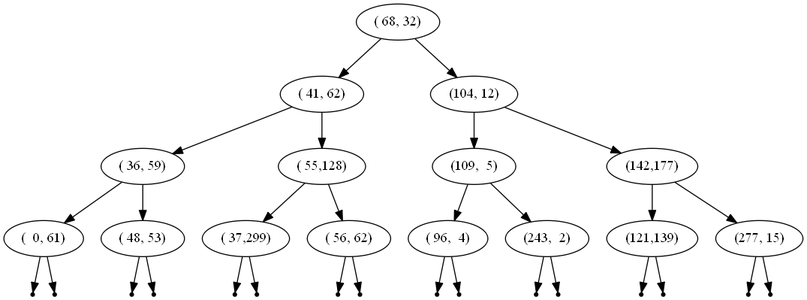
This is Gevorderde algoritmen/Labo/4. 2D-Bomen/2D-Bomen/2dtree.png from Lentosy/Master-Informatica, a Graphviz export, as it was before one commit. Its source is kept beside it as Gevorderde algoritmen/Labo/4. 2D-Bomen/2D-Bomen/2dtree.dot.
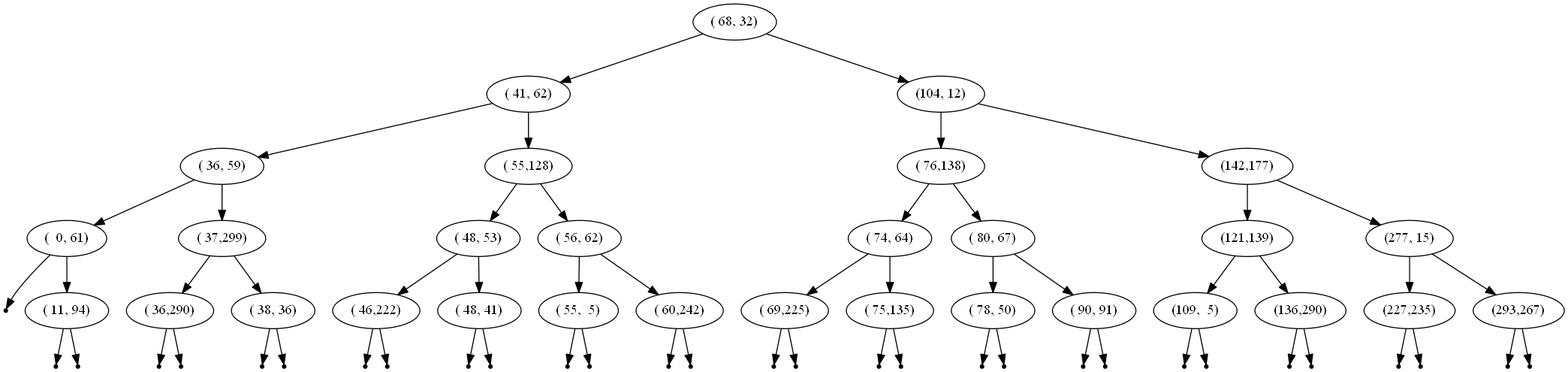
After the change.

Change to the diagram source:
```diff
@@ -4,59 +4,119 @@
 "( 36, 59)"[label="( 36, 59)"];
 "(  0, 61)"[label="(  0, 61)"];
 null1 [shape=point];
+"( 11, 94)"[label="( 11, 94)"];
 null2 [shape=point];
+null3 [shape=point];
+"( 11, 94)" -> null2;
+"( 11, 94)" -> null3;
 "(  0, 61)" -> null1;
-"(  0, 61)" -> null2;
+"(  0, 61)" -> "( 11, 94)";
+"( 37,299)"[label="( 37,299)"];
+"( 36,290)"[label="( 36,290)"];
+null4 [shape=point];
+null5 [shape=point];
+"( 36,290)" -> null4;
+"( 36,290)" -> null5;
+"( 38, 36)"[label="( 38, 36)"];
+null6 [shape=point];
+null7 [shape=point];
+"( 38, 36)" -> null6;
+"( 38, 36)" -> null7;
+"( 37,299)" -> "( 36,290)";
+"( 37,299)" -> "( 38, 36)";
+"( 36, 59)" -> "(  0, 61)";
+"( 36, 59)" -> "( 37,299)";
+"( 55,128)"[label="( 55,128)"];
 "( 48, 53)"[label="( 48, 53)"];
-null3 [shape=point];
-null4 [shape=point];
-"( 48, 53)" -> null3;
-"( 48, 53)" -> null4;
-"( 36, 59)" -> "(  0, 61)";
-"( 36, 59)" -> "( 48, 53)";
-"( 55,128)"[label="( 55,128)"];
-"( 37,299)"[label="( 37,299)"];
-null5 [shape=point];
-null6 [shape=point];
-"( 37,299)" -> null5;
-"( 37,299)" -> null6;
+"( 46,222)"[label="( 46,222)"];
+null8 [shape=point];
+null9 [shape=point];
+"( 46,222)" -> null8;
+"( 46,222)" -> null9;
+"( 48, 41)"[label="( 48, 41)"];
+null10 [shape=point];
+null11 [shape=point];
+"( 48, 41)" -> null10;
+"( 48, 41)" -> null11;
+"( 48, 53)" -> "( 46,222)";
+"( 48, 53)" -> "( 48, 41)";
 "( 56, 62)"[label="( 56, 62)"];
-null7 [shape=point];
-null8 [shape=point];
-"( 56, 62)" -> null7;
-"( 56, 62)" -> null8;
-"( 55,128)" -> "( 37,299)";
+"( 55,  5)"[label="( 55,  5)"];
+null12 [shape=point];
+null13 [shape=point];
+"( 55,  5)" -> null12;
+"( 55,  5)" -> null13;
+"( 60,242)"[label="( 60,242)"];
+null14 [shape=point];
+null15 [shape=point];
+"( 60,242)" -> null14;
+"( 60,242)" -> null15;
+"( 56, 62)" -> "( 55,  5)";
+"( 56, 62)" -> "( 60,242)";
+"( 55,128)" -> "( 48, 53)";
 "( 55,128)" -> "( 56, 62)";
 "( 41, 62)" -> "( 36, 59)";
 "( 41, 62)" -> "( 55,128)";
 "(104, 12)"[label="(104, 12)"];
-"(109,  5)"[label="(109,  5)"];
-"( 96,  4)"[label="( 96,  4)"];
-null9 [shape=point];
-null10 [shape=point];
-"( 96,  4)" -> null9;
-"( 96,  4)" -> null10;
-"(243,  2)"[label="(243,  2)"];
-null11 [shape=point];
-null12 [shape=point];
-"(243,  2)" -> null11;
-"(243,  2)" -> null12;
-"(109,  5)" -> "( 96,  4)";
-"(109,  5)" -> "(243,  2)";
+"( 76,138)"[label="( 76,138)"];
+"( 74, 64)"[label="( 74, 64)"];
+"( 69,225)"[label="( 69,225)"];
+null16 [shape=point];
+null17 [shape=point];
+"( 69,225)" -> null16;
+"( 69,225)" -> null17;
+"( 75,135)"[label="( 75,135)"];
+null18 [shape=point];
+null19 [shape=point];
+"( 75,135)" -> null18;
+"( 75,135)" -> null19;
+"( 74, 64)" -> "( 69,225)";
+"( 74, 64)" -> "( 75,135)";
+"( 80, 67)"[label="( 80, 67)"];
+"( 78, 50)"[label="( 78, 50)"];
+null20 [shape=point];
+null21 [shape=point];
+"( 78, 50)" -> null20;
+"( 78, 50)" -> null21;
+"( 90, 91)"[label="( 90, 91)"];
+null22 [shape=point];
+null23 [shape=point];
+"( 90, 91)" -> null22;
+"( 90, 91)" -> null23;
+"( 80, 67)" -> "( 78, 50)";
+"( 80, 67)" -> "( 90, 91)";
+"( 76,138)" -> "( 74, 64)";
+"( 76,138)" -> "( 80, 67)";
 "(142,177)"[label="(142,177)"];
 "(121,139)"[label="(121,139)"];
-null13 [shape=point];
-null14 [shape=point];
-"(121,139)" -> null13;
-"(121,139)" -> null14;
+"(109,  5)"[label="(109,  5)"];
+null24 [shape=point];
+null25 [shape=point];
+"(109,  5)" -> null24;
+"(109,  5)" -> null25;
+"(136,290)"[label="(136,290)"];
+null26 [shape=point];
+null27 [shape=point];
+"(136,290)" -> null26;
+"(136,290)" -> null27;
+"(121,139)" -> "(109,  5)";
+"(121,139)" -> "(136,290)";
 "(277, 15)"[label="(277, 15)"];
-null15 [shape=point];
-null16 [shape=point];
-"(277, 15)" -> null15;
-"(277, 15)" -> null16;
+"(227,235)"[label="(227,235)"];
+null28 [shape=point];
+null29 [shape=point];
+"(227,235)" -> null28;
+"(227,235)" -> null29;
+"(293,267)"[label="(293,267)"];
+null30 [shape=point];
+null31 [shape=point];
+"(293,267)" -> null30;
+"(293,267)" -> null31;
+"(277, 15)" -> "(227,235)";
+"(277, 15)" -> "(293,267)";
 "(142,177)" -> "(121,139)";
 "(142,177)" -> "(277, 15)";
-"(104, 12)" -> "(109,  5)";
+"(104, 12)" -> "( 76,138)";
 "(104, 12)" -> "(142,177)";
 "( 68, 32)" -> "( 41, 62)";
 "( 68, 32)" -> "(104, 12)";
```
